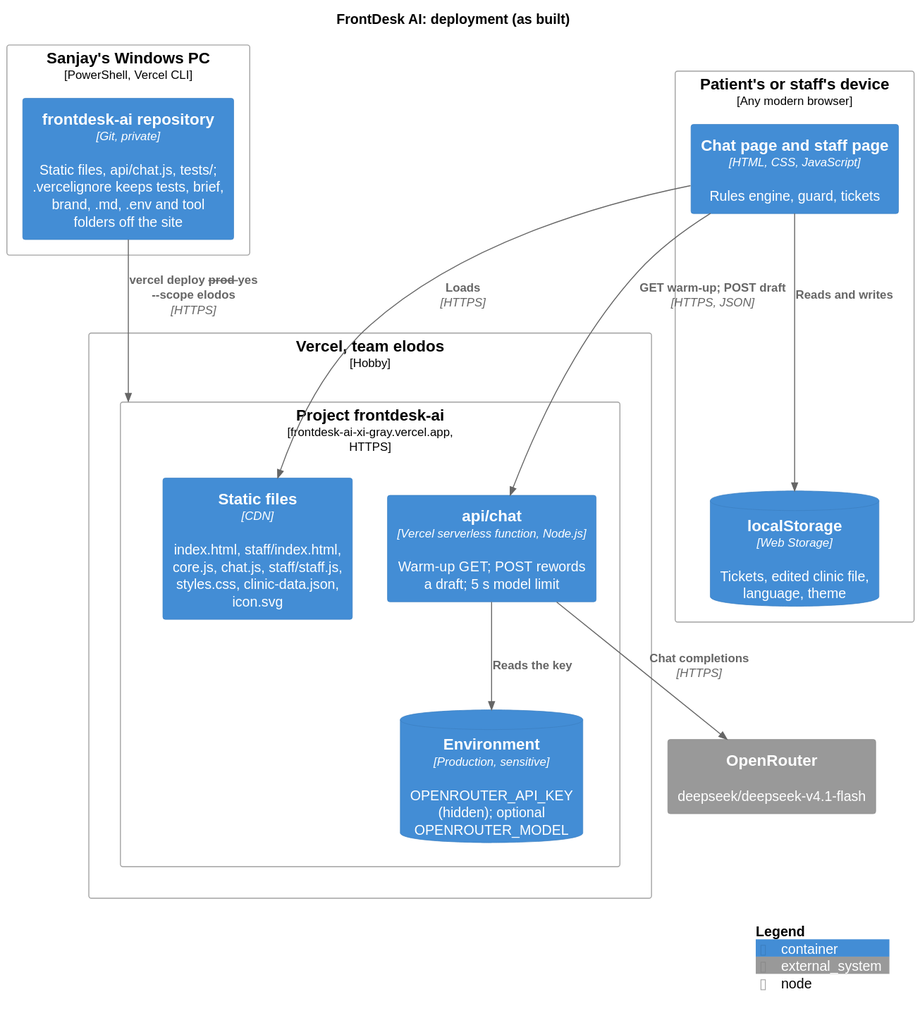
The PlantUML diagram docs/diagrams/deployment.svg in karwasanjay007/frontdesk-ai-docs, before a commit. Its diagram source:
```plantuml
@startuml
!include <C4/C4_Deployment>
title FrontDesk AI: deployment (as built)

Deployment_Node(dev, "Sanjay's Windows PC", "PowerShell, Vercel CLI") {
  Container(src, "frontdesk-ai repository", "Git, private", "Static files, api/chat.js, tests/; .vercelignore keeps tests, brief, brand, .md, .env and tool folders off the site")
}

Deployment_Node(vercel, "Vercel, team elodos", "Hobby") {
  Deployment_Node(proj, "Project frontdesk-ai", "frontdesk-ai-xi-gray.vercel.app, HTTPS") {
    Container(static, "Static files", "CDN", "index.html, staff/index.html, core.js, chat.js, staff/staff.js, styles.css, clinic-data.json, icon.svg")
    Container(fn, "api/chat", "Vercel serverless function, Node.js", "Warm-up GET; POST rewords a draft; 5 s model limit")
    ContainerDb(env, "Environment", "Production, sensitive", "OPENROUTER_API_KEY (hidden); optional OPENROUTER_MODEL")
  }
}

Deployment_Node(device, "Patient's or staff's device", "Any modern browser") {
  Container(pages, "Chat page and staff page", "HTML, CSS, JavaScript", "Rules engine, guard, tickets")
  ContainerDb(ls, "localStorage", "Web Storage", "Tickets, edited clinic file, language, theme")
}

System_Ext(openrouter, "OpenRouter", "deepseek/deepseek-v4.1-flash")

Rel(src, proj, "vercel deploy --prod --yes --scope elodos", "HTTPS")
Rel(pages, static, "Loads", "HTTPS")
Rel(pages, fn, "GET warm-up; POST draft", "HTTPS, JSON")
Rel(fn, env, "Reads the key")
Rel(fn, openrouter, "Chat completions", "HTTPS")
Rel(pages, ls, "Reads and writes")

SHOW_LEGEND()
@enduml
```
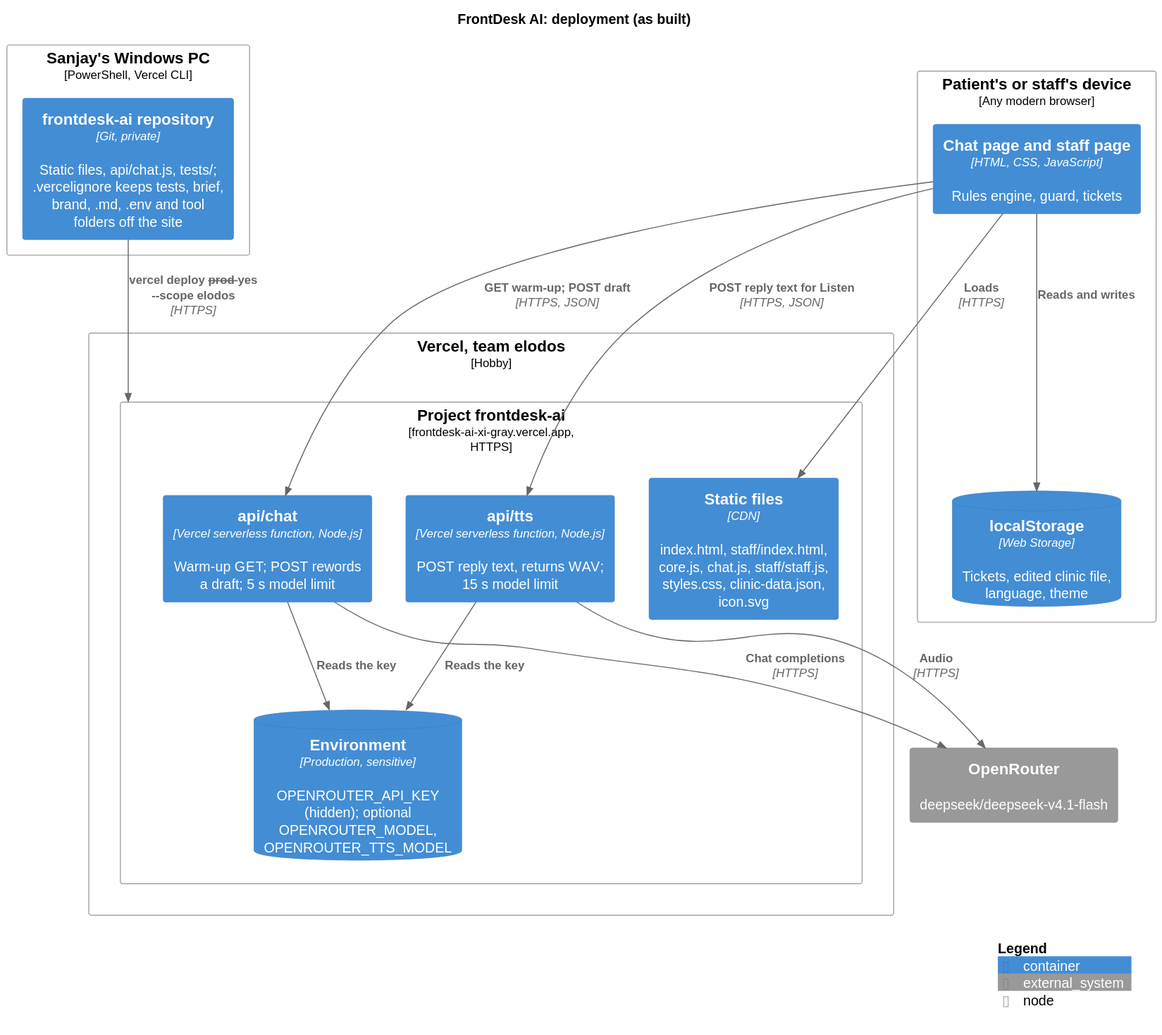
Later version of the same file.

Commit message:
Backup voice for Listen (api/tts) and clinic info side panel

Diff of the diagram source:
```diff
@@ -10,7 +10,8 @@
   Deployment_Node(proj, "Project frontdesk-ai", "frontdesk-ai-xi-gray.vercel.app, HTTPS") {
     Container(static, "Static files", "CDN", "index.html, staff/index.html, core.js, chat.js, staff/staff.js, styles.css, clinic-data.json, icon.svg")
     Container(fn, "api/chat", "Vercel serverless function, Node.js", "Warm-up GET; POST rewords a draft; 5 s model limit")
-    ContainerDb(env, "Environment", "Production, sensitive", "OPENROUTER_API_KEY (hidden); optional OPENROUTER_MODEL")
+    Container(tts, "api/tts", "Vercel serverless function, Node.js", "POST reply text, returns WAV; 15 s model limit")
+    ContainerDb(env, "Environment", "Production, sensitive", "OPENROUTER_API_KEY (hidden); optional OPENROUTER_MODEL, OPENROUTER_TTS_MODEL")
   }
 }
 
@@ -24,6 +25,9 @@
 Rel(src, proj, "vercel deploy --prod --yes --scope elodos", "HTTPS")
 Rel(pages, static, "Loads", "HTTPS")
 Rel(pages, fn, "GET warm-up; POST draft", "HTTPS, JSON")
+Rel(pages, tts, "POST reply text for Listen", "HTTPS, JSON")
+Rel(tts, env, "Reads the key")
+Rel(tts, openrouter, "Audio", "HTTPS")
 Rel(fn, env, "Reads the key")
 Rel(fn, openrouter, "Chat completions", "HTTPS")
 Rel(pages, ls, "Reads and writes")
```
